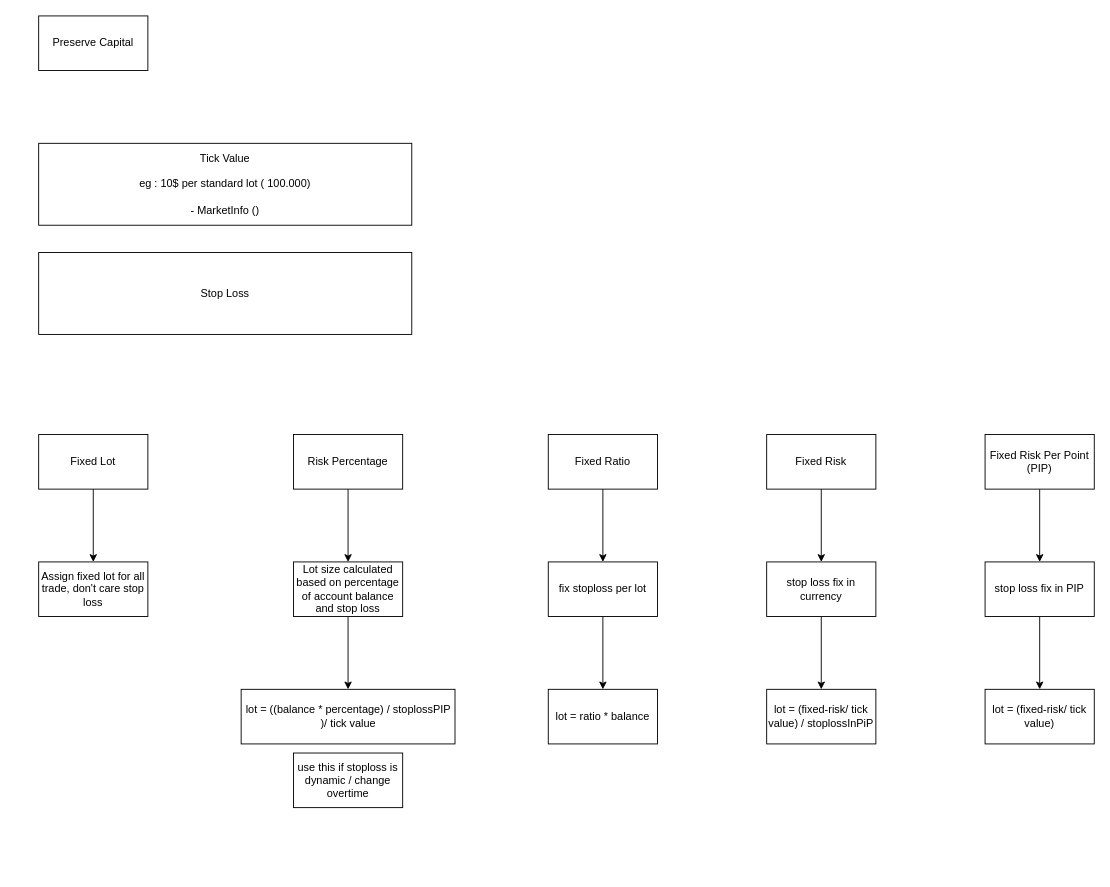
satriyop/forex-bot keeps this draw.io diagram as page "Money Management" (2 of 12) of Trading Strategy Diagram.drawio. Above is the earlier version. Source tidied: cells renumbered, new cells numbered last; positions are measured from the earlier drawing's top-left corner, leaving out a move shared by most shapes. Both pictures are drawn from the tidied source at 91%, with x=0, y=0 at pixel (38, 15).
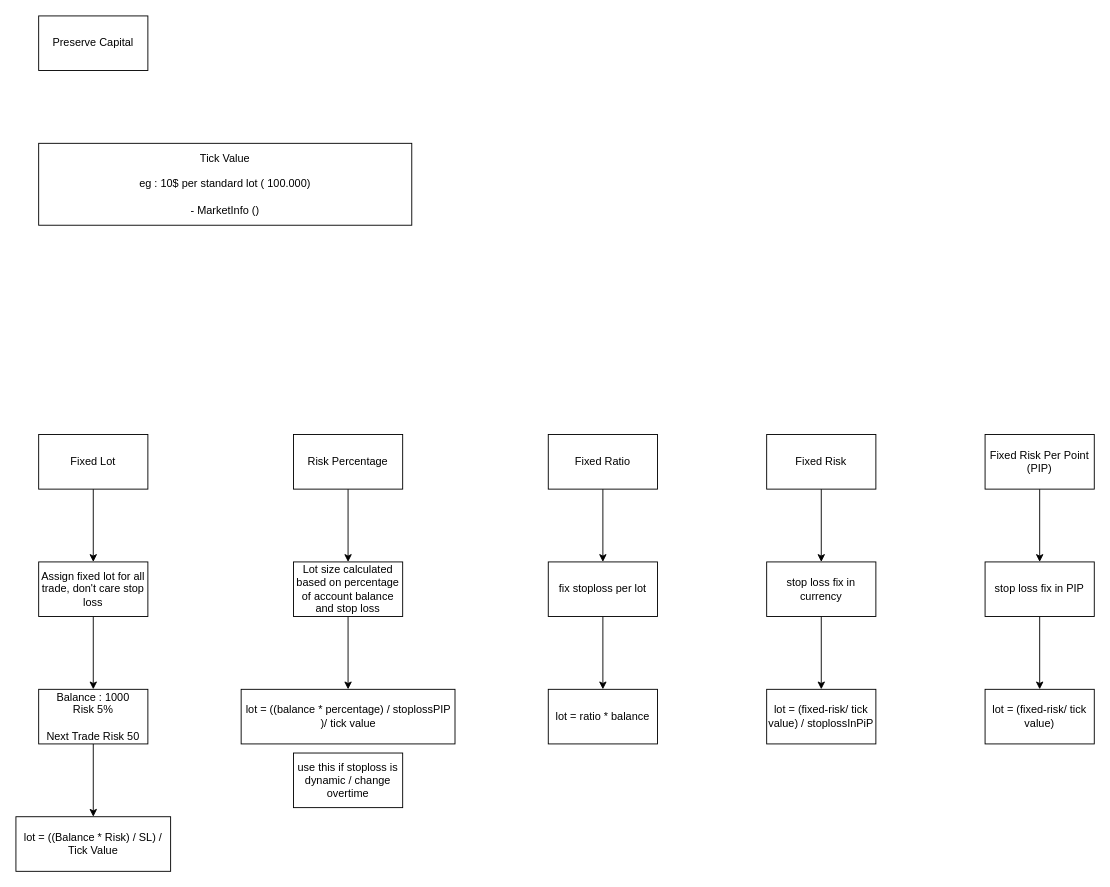
Above is the later version.

The change refers to these unchanged cells:
```xml
<mxCell id="15" value="Assign fixed lot for all trade, don't care stop loss" style="whiteSpace=wrap;html=1;" parent="1" vertex="1">
  <mxGeometry y="600" width="120" height="60" as="geometry" />
</mxCell>
```

Diff of the diagram source:
```diff
@@
-    <mxCell id="3" value="Stop Loss&lt;br&gt;" style="rounded=0;whiteSpace=wrap;html=1;" parent="1" vertex="1">
-      <mxGeometry y="260" width="410" height="90" as="geometry" />
-    </mxCell>
@@
+    <mxCell id="29" style="edgeStyle=orthogonalEdgeStyle;rounded=0;jettySize=auto;html=1;" parent="1" edge="1" source="15" target="31">
+      <mxGeometry relative="1" as="geometry" />
+    </mxCell>
@@
+    <mxCell id="30" style="edgeStyle=orthogonalEdgeStyle;rounded=0;jettySize=auto;html=1;" parent="1" edge="1" source="31" target="32">
+      <mxGeometry relative="1" as="geometry" />
+    </mxCell>
+    <mxCell id="31" value="Balance : 1000&lt;br&gt;Risk 5%&lt;br&gt;&lt;br&gt;Next Trade Risk 50" style="whiteSpace=wrap;html=1;" parent="1" vertex="1">
+      <mxGeometry y="740" width="120" height="60" as="geometry" />
+    </mxCell>
+    <mxCell id="32" value="lot = ((Balance * Risk) / SL) / Tick Value" style="whiteSpace=wrap;html=1;" parent="1" vertex="1">
+      <mxGeometry x="-25" y="880" width="170" height="60" as="geometry" />
+    </mxCell>
```
